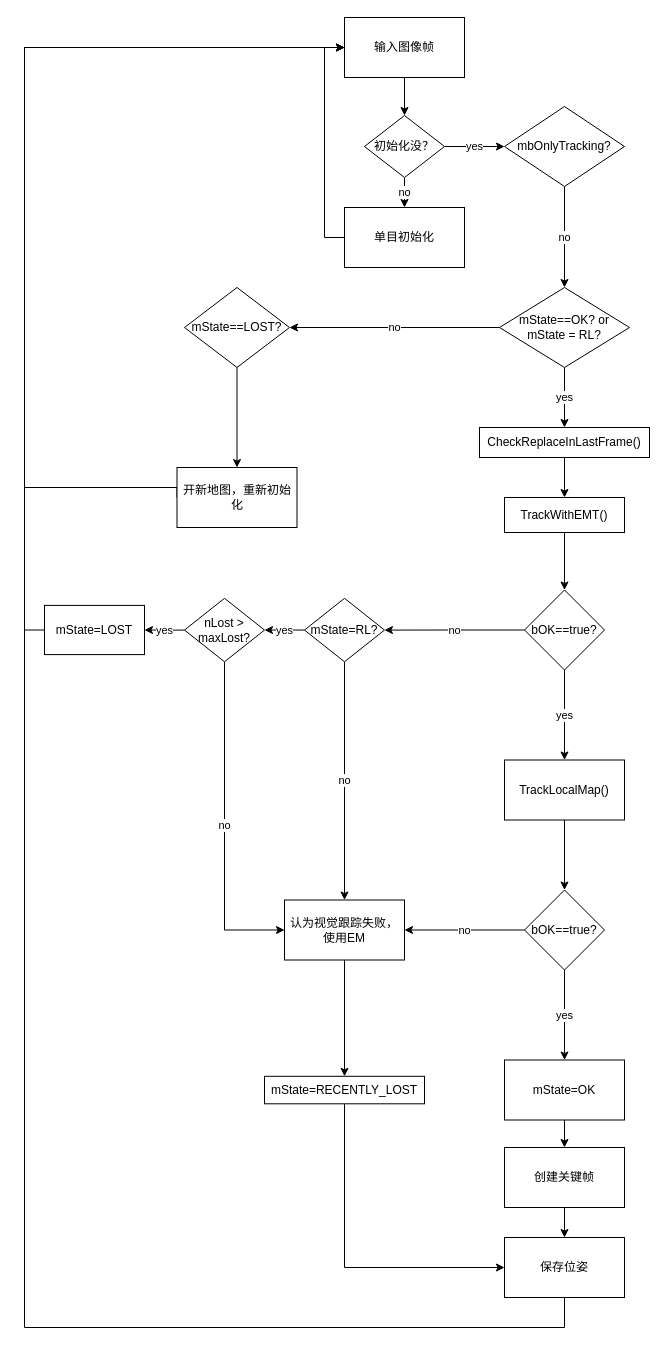
Earlier version of the draw.io diagram EMSLAM.drawio (Abigail248/endoscope_orb_slan3). Source tidied: cells renumbered, new cells numbered last; positions are measured from the earlier drawing's top-left corner, leaving out a move shared by most shapes. Both pictures are drawn from the tidied source at 100%, with x=0, y=0 at pixel (24, 17).
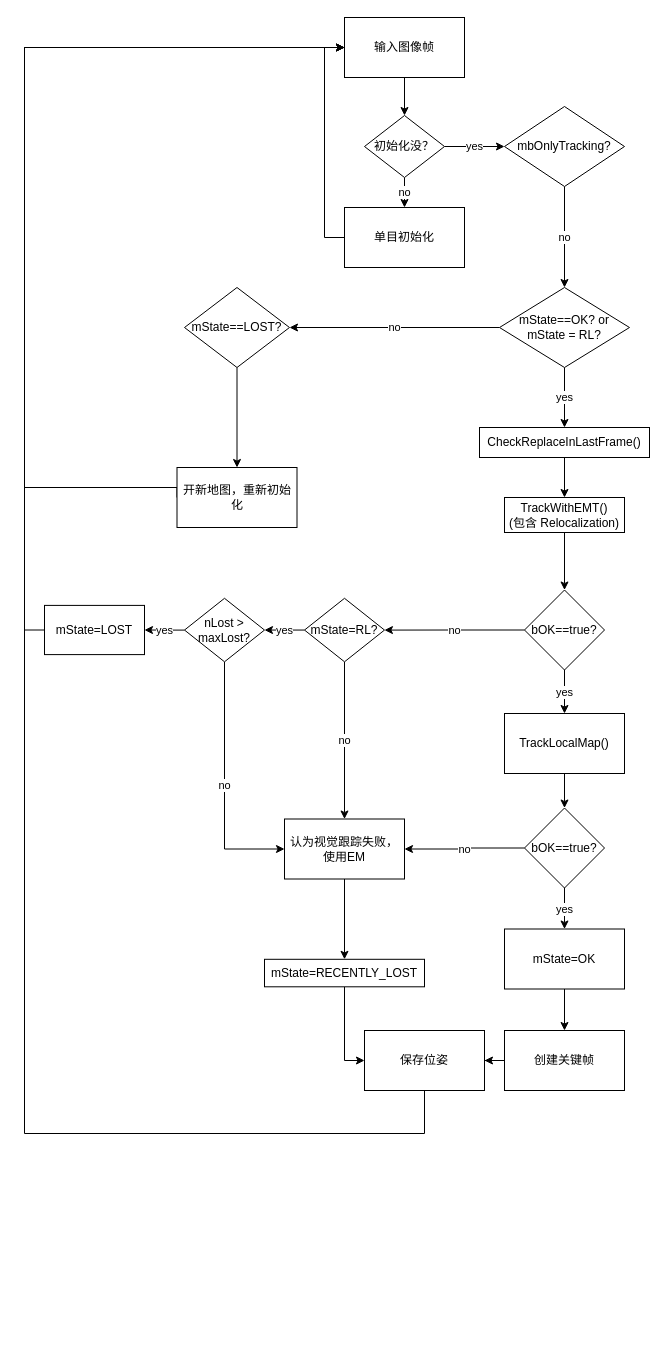
The same diagram, later.

Unchanged cells that the change refers to:
```xml
<mxCell id="3" value="输入图像帧" style="rounded=0;whiteSpace=wrap;html=1;" parent="1" vertex="1">
  <mxGeometry x="320" width="120" height="60" as="geometry" />
</mxCell>
```

Diff of the diagram source:
```diff
@@
-    <mxCell id="17" value="TrackWithEMT()" style="whiteSpace=wrap;html=1;rounded=0;" parent="1" vertex="1">
+    <mxCell id="17" value="TrackWithEMT()&lt;br&gt;(包含 Relocalization)" style="whiteSpace=wrap;html=1;rounded=0;" parent="1" vertex="1">
       <mxGeometry x="480" y="480" width="120" height="35" as="geometry" />
     </mxCell>
@@
     <mxCell id="22" value="TrackLocalMap()" style="whiteSpace=wrap;html=1;rounded=0;" parent="1" vertex="1">
-      <mxGeometry x="480" y="742.5" width="120" height="60" as="geometry" />
+      <mxGeometry x="480" y="696" width="120" height="60" as="geometry" />
     </mxCell>
@@
     <mxCell id="25" value="bOK==true?" style="rhombus;whiteSpace=wrap;html=1;rounded=0;" parent="1" vertex="1">
-      <mxGeometry x="500" y="872.5" width="80" height="80" as="geometry" />
+      <mxGeometry x="500" y="790.5" width="80" height="80" as="geometry" />
     </mxCell>
@@
     <mxCell id="27" value="mState=OK" style="whiteSpace=wrap;html=1;rounded=0;" parent="1" vertex="1">
-      <mxGeometry x="480" y="1042.5" width="120" height="60" as="geometry" />
+      <mxGeometry x="480" y="911.5" width="120" height="60" as="geometry" />
     </mxCell>
     <mxCell id="28" style="edgeStyle=orthogonalEdgeStyle;rounded=0;jettySize=auto;html=1;exitX=0.5;exitY=1;exitDx=0;exitDy=0;entryX=0;entryY=0.5;entryDx=0;entryDy=0;" parent="1" edge="1" source="29" target="3">
       <mxGeometry relative="1" as="geometry">
         <Array as="points">
-          <mxPoint x="540" y="1310" />
-          <mxPoint y="1310" />
+          <mxPoint x="400" y="1116" />
+          <mxPoint y="1116" />
           <mxPoint y="30" />
         </Array>
       </mxGeometry>
     </mxCell>
     <mxCell id="29" value="保存位姿" style="whiteSpace=wrap;html=1;rounded=0;" parent="1" vertex="1">
-      <mxGeometry x="480" y="1220" width="120" height="60" as="geometry" />
+      <mxGeometry x="340" y="1013" width="120" height="60" as="geometry" />
     </mxCell>
@@
     <mxCell id="31" value="认为视觉跟踪失败，使用EM" style="whiteSpace=wrap;html=1;rounded=0;" parent="1" vertex="1">
-      <mxGeometry x="260" y="882.5" width="120" height="60" as="geometry" />
+      <mxGeometry x="260" y="801.5" width="120" height="60" as="geometry" />
     </mxCell>
@@
     <mxCell id="33" value="mState=RECENTLY_LOST" style="whiteSpace=wrap;html=1;rounded=0;" parent="1" vertex="1">
-      <mxGeometry x="240" y="1058.8" width="160" height="27.5" as="geometry" />
+      <mxGeometry x="240" y="941.8" width="160" height="27.5" as="geometry" />
     </mxCell>
@@
     <mxCell id="35" value="创建关键帧" style="rounded=0;whiteSpace=wrap;html=1;" parent="1" vertex="1">
-      <mxGeometry x="480" y="1130" width="120" height="60" as="geometry" />
+      <mxGeometry x="480" y="1013" width="120" height="60" as="geometry" />
     </mxCell>
```
